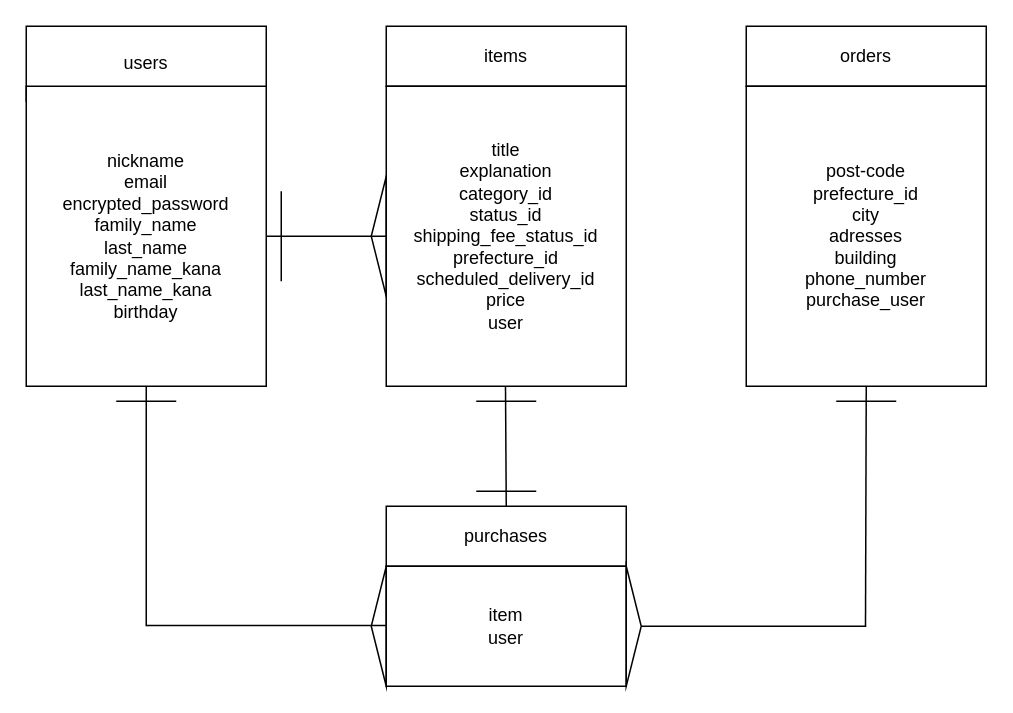
Above: furima.dio in iheukotomoshini/furima-46583 (draw.io), before the change. Source tidied: cells renumbered, new cells numbered last; positions are measured from the earlier drawing's top-left corner, leaving out a move shared by most shapes. Both pictures are drawn from the tidied source at 150%, with x=0, y=0 at pixel (26, 26).
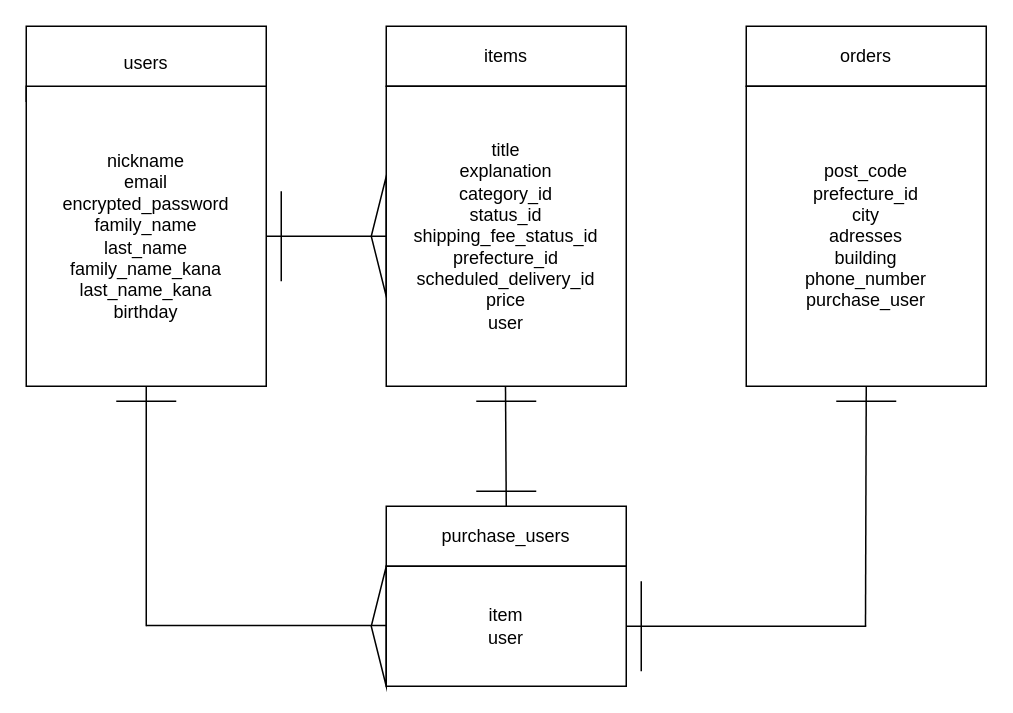
The same page after the edit.

Commit message (it also covers changes not shown here):
データベース設計4th

Change to the diagram source:
```diff
@@
-    <mxCell id="8" value="post-code&lt;div&gt;prefecture_id&lt;/div&gt;&lt;div&gt;city&lt;/div&gt;&lt;div&gt;adresses&lt;/div&gt;&lt;div&gt;building&lt;/div&gt;&lt;div&gt;phone_number&lt;/div&gt;&lt;div&gt;purchase_user&lt;/div&gt;" style="rounded=0;whiteSpace=wrap;html=1;" parent="1" vertex="1">
+    <mxCell id="8" value="post_code&lt;div&gt;prefecture_id&lt;/div&gt;&lt;div&gt;city&lt;/div&gt;&lt;div&gt;adresses&lt;/div&gt;&lt;div&gt;building&lt;/div&gt;&lt;div&gt;phone_number&lt;/div&gt;&lt;div&gt;purchase_user&lt;/div&gt;" style="rounded=0;whiteSpace=wrap;html=1;" parent="1" vertex="1">
       <mxGeometry x="480" y="40" width="160" height="200" as="geometry" />
     </mxCell>
@@
-    <mxCell id="10" value="purchases" style="rounded=0;whiteSpace=wrap;html=1;" parent="1" vertex="1">
+    <mxCell id="10" value="purchase_users" style="rounded=0;whiteSpace=wrap;html=1;" parent="1" vertex="1">
       <mxGeometry x="240" y="320" width="160" height="40" as="geometry" />
     </mxCell>
@@
-    <mxCell id="14" style="edgeStyle=none;html=1;strokeColor=default;endArrow=none;endFill=0;" parent="1" edge="1" source="24">
+    <mxCell id="14" style="edgeStyle=none;html=1;strokeColor=default;endArrow=none;endFill=0;" parent="1" edge="1">
       <mxGeometry relative="1" as="geometry">
+        <mxPoint x="400" y="400" as="sourcePoint" />
         <mxPoint x="560" y="400" as="targetPoint" />
       </mxGeometry>
     </mxCell>
@@
-    <mxCell id="23" style="edgeStyle=none;html=1;strokeColor=default;endArrow=none;endFill=0;" parent="1" edge="1" target="24">
+    <mxCell id="23" style="edgeStyle=none;html=1;strokeColor=default;endArrow=none;endFill=0;" parent="1" edge="1">
       <mxGeometry relative="1" as="geometry">
         <mxPoint x="400" y="399.5" as="sourcePoint" />
+        <mxPoint x="400" y="399.5" as="targetPoint" />
       </mxGeometry>
     </mxCell>
-    <mxCell id="24" style="triangle;whiteSpace=wrap;html=1;" parent="1" vertex="1">
-      <mxGeometry x="400" y="360" width="10" height="80" as="geometry" />
-    </mxCell>
@@
+    <mxCell id="26" style="endArrow=none;html=1;" parent="1" edge="1">
+      <mxGeometry relative="1" as="geometry">
+        <mxPoint x="410" y="430" as="sourcePoint" />
+        <mxPoint x="410" y="370" as="targetPoint" />
+      </mxGeometry>
+    </mxCell>
```
